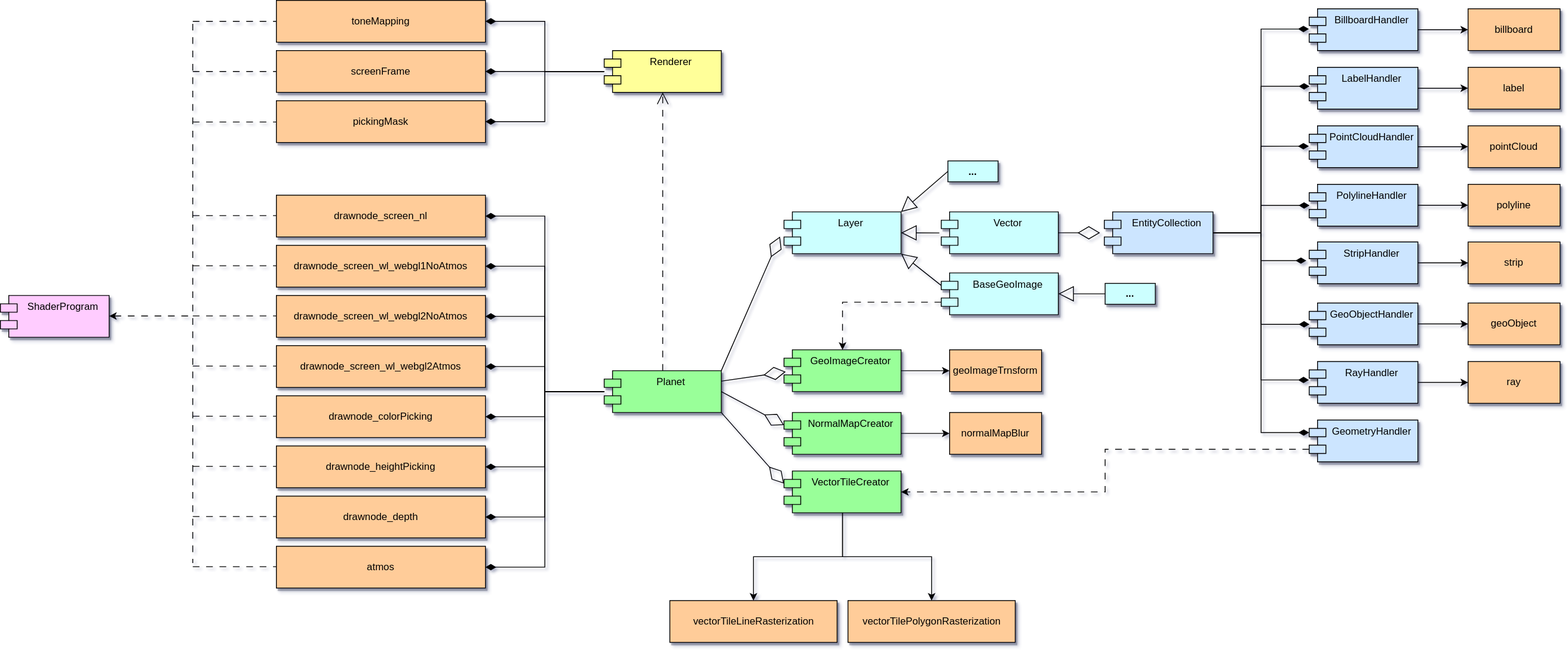
Before: shaders.drawio.svg, a diagram exported from draw.io (openglobus/openglobus). Source tidied: cells renumbered, new cells last; positions are measured from the earlier drawing's top-left corner, leaving out a move shared by most shapes.
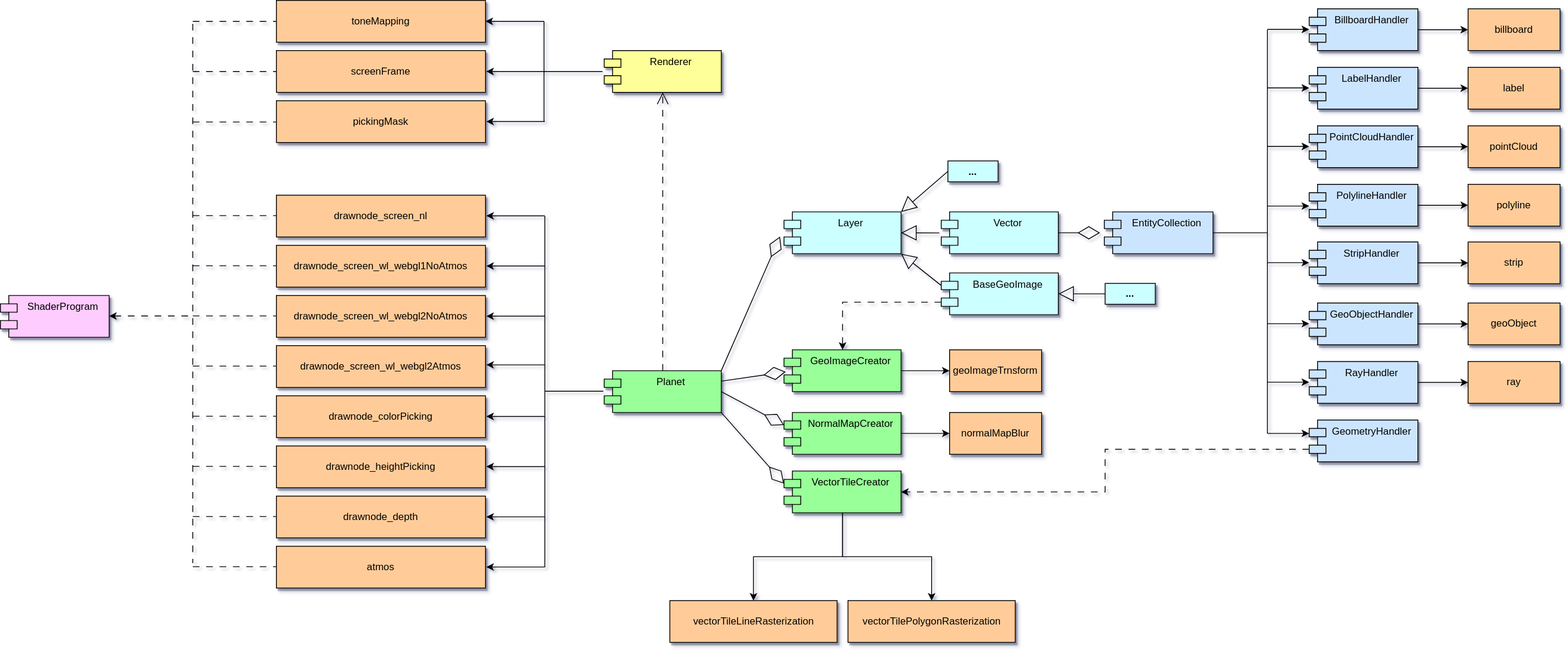
After the commit.

What changed in the source:
```diff
@@ -2,42 +2,9 @@
   <root>
     <mxCell id="0" />
     <mxCell id="1" parent="0" />
-    <mxCell id="2" style="edgeStyle=orthogonalEdgeStyle;rounded=0;jettySize=auto;html=1;entryX=1;entryY=0.5;entryDx=0;entryDy=0;endArrow=diamondThin;endFill=1;endSize=10;" parent="1" edge="1" source="10" target="25">
-      <mxGeometry relative="1" as="geometry" />
-    </mxCell>
-    <mxCell id="3" style="edgeStyle=orthogonalEdgeStyle;rounded=0;jettySize=auto;html=1;entryX=1;entryY=0.5;entryDx=0;entryDy=0;endArrow=diamondThin;endFill=1;endSize=10;" parent="1" edge="1" source="10" target="21">
-      <mxGeometry relative="1" as="geometry" />
-    </mxCell>
-    <mxCell id="4" style="edgeStyle=orthogonalEdgeStyle;rounded=0;jettySize=auto;html=1;entryX=1;entryY=0.5;entryDx=0;entryDy=0;endArrow=diamondThin;endFill=1;endSize=10;" parent="1" edge="1" source="10" target="24">
-      <mxGeometry relative="1" as="geometry" />
-    </mxCell>
-    <mxCell id="5" style="edgeStyle=orthogonalEdgeStyle;rounded=0;jettySize=auto;html=1;entryX=1;entryY=0.5;entryDx=0;entryDy=0;endArrow=diamondThin;endFill=1;endSize=10;" parent="1" edge="1" source="10" target="23">
-      <mxGeometry relative="1" as="geometry" />
-    </mxCell>
-    <mxCell id="6" style="edgeStyle=orthogonalEdgeStyle;rounded=0;jettySize=auto;html=1;entryX=1;entryY=0.5;entryDx=0;entryDy=0;endArrow=diamondThin;endFill=1;endSize=10;" parent="1" edge="1" source="10" target="22">
-      <mxGeometry relative="1" as="geometry" />
-    </mxCell>
-    <mxCell id="7" style="edgeStyle=orthogonalEdgeStyle;rounded=0;jettySize=auto;html=1;entryX=1;entryY=0.5;entryDx=0;entryDy=0;endArrow=diamondThin;endFill=1;endSize=10;" parent="1" edge="1" source="10" target="20">
-      <mxGeometry relative="1" as="geometry" />
-    </mxCell>
-    <mxCell id="8" style="edgeStyle=orthogonalEdgeStyle;rounded=0;jettySize=auto;html=1;entryX=1;entryY=0.5;entryDx=0;entryDy=0;endArrow=diamondThin;endFill=1;endSize=10;" parent="1" edge="1" source="10" target="19">
-      <mxGeometry relative="1" as="geometry" />
-    </mxCell>
-    <mxCell id="9" style="edgeStyle=orthogonalEdgeStyle;rounded=0;jettySize=auto;html=1;entryX=1;entryY=0.5;entryDx=0;entryDy=0;endArrow=diamondThin;endFill=1;endSize=10;" parent="1" edge="1" source="10" target="18">
-      <mxGeometry relative="1" as="geometry" />
-    </mxCell>
     <mxCell id="10" value="Planet" style="shape=module;align=left;spacingLeft=20;align=center;verticalAlign=top;whiteSpace=wrap;html=1;fillColor=#99FF99;shadow=1;" parent="1" vertex="1">
       <mxGeometry x="722" y="443" width="140" height="50" as="geometry" />
     </mxCell>
-    <mxCell id="11" style="edgeStyle=orthogonalEdgeStyle;rounded=0;jettySize=auto;html=1;entryX=1;entryY=0.5;entryDx=0;entryDy=0;endArrow=diamondThin;endFill=1;endSize=10;" parent="1" edge="1" source="14" target="16">
-      <mxGeometry relative="1" as="geometry" />
-    </mxCell>
-    <mxCell id="12" style="edgeStyle=orthogonalEdgeStyle;rounded=0;jettySize=auto;html=1;entryX=1;entryY=0.5;entryDx=0;entryDy=0;endArrow=diamondThin;endFill=1;endSize=10;" parent="1" edge="1" source="14" target="17">
-      <mxGeometry relative="1" as="geometry" />
-    </mxCell>
-    <mxCell id="13" style="edgeStyle=orthogonalEdgeStyle;rounded=0;jettySize=auto;html=1;entryX=1;entryY=0.5;entryDx=0;entryDy=0;endArrow=diamondThin;endFill=1;endSize=10;" parent="1" edge="1" source="14" target="57">
-      <mxGeometry relative="1" as="geometry" />
-    </mxCell>
     <mxCell id="14" value="Renderer" style="shape=module;align=left;spacingLeft=20;align=center;verticalAlign=top;whiteSpace=wrap;html=1;fillColor=#FFFF99;shadow=1;" parent="1" vertex="1">
       <mxGeometry x="722" y="60" width="140" height="50" as="geometry" />
     </mxCell>
@@ -62,7 +29,7 @@
     <mxCell id="21" value="drawnode_screen_wl_webgl1NoAtmos" style="html=1;whiteSpace=wrap;fillColor=#FFCC99;shadow=1;" parent="1" vertex="1">
       <mxGeometry x="330" y="293" width="250" height="50" as="geometry" />
     </mxCell>
-    <mxCell id="22" value="drawnode_colorPicking" style="html=1;whiteSpace=wrap;fillColor=#FFCC99;" parent="1" vertex="1">
+    <mxCell id="22" value="drawnode_colorPicking" style="html=1;whiteSpace=wrap;fillColor=#FFCC99;shadow=1;" parent="1" vertex="1">
       <mxGeometry x="330" y="473" width="250" height="50" as="geometry" />
     </mxCell>
     <mxCell id="23" value="drawnode_screen_wl_webgl2Atmos" style="html=1;whiteSpace=wrap;fillColor=#FFCC99;shadow=1;" parent="1" vertex="1">
@@ -77,30 +44,6 @@
     <mxCell id="26" style="endArrow=open;endSize=12;dashed=1;html=1;rounded=0;entryX=0.5;entryY=1;entryDx=0;entryDy=0;exitX=0.5;exitY=0;exitDx=0;exitDy=0;dashPattern=8 8;" parent="1" edge="1" source="10" target="14">
       <mxGeometry relative="1" as="geometry" />
     </mxCell>
-    <mxCell id="27" style="edgeStyle=orthogonalEdgeStyle;rounded=0;jettySize=auto;html=1;entryX=-0.003;entryY=0.484;entryDx=0;entryDy=0;entryPerimeter=0;endArrow=diamondThin;endFill=1;endSize=10;" parent="1" edge="1" source="35" target="37">
-      <mxGeometry relative="1" as="geometry" />
-    </mxCell>
-    <mxCell id="28" style="edgeStyle=orthogonalEdgeStyle;rounded=0;jettySize=auto;html=1;entryX=0.003;entryY=0.455;entryDx=0;entryDy=0;entryPerimeter=0;endArrow=diamondThin;endFill=1;endSize=10;" parent="1" edge="1" source="35" target="39">
-      <mxGeometry relative="1" as="geometry" />
-    </mxCell>
-    <mxCell id="29" style="edgeStyle=orthogonalEdgeStyle;rounded=0;jettySize=auto;html=1;entryX=-0.003;entryY=0.488;entryDx=0;entryDy=0;entryPerimeter=0;endArrow=diamondThin;endFill=1;endSize=10;" parent="1" edge="1" source="35" target="41">
-      <mxGeometry relative="1" as="geometry" />
-    </mxCell>
-    <mxCell id="30" style="edgeStyle=orthogonalEdgeStyle;rounded=0;jettySize=auto;html=1;entryX=0.003;entryY=0.505;entryDx=0;entryDy=0;entryPerimeter=0;endArrow=diamondThin;endFill=1;endSize=10;" parent="1" edge="1" source="35" target="43">
-      <mxGeometry relative="1" as="geometry" />
-    </mxCell>
-    <mxCell id="31" style="edgeStyle=orthogonalEdgeStyle;rounded=0;jettySize=auto;html=1;entryX=-0.026;entryY=0.446;entryDx=0;entryDy=0;entryPerimeter=0;endArrow=diamondThin;endFill=1;endSize=10;" parent="1" edge="1" source="35" target="49">
-      <mxGeometry relative="1" as="geometry" />
-    </mxCell>
-    <mxCell id="32" style="edgeStyle=orthogonalEdgeStyle;rounded=0;jettySize=auto;html=1;entryX=0.003;entryY=0.51;entryDx=0;entryDy=0;entryPerimeter=0;endArrow=diamondThin;endFill=1;endSize=10;" parent="1" edge="1" source="35" target="45">
-      <mxGeometry relative="1" as="geometry" />
-    </mxCell>
-    <mxCell id="33" style="edgeStyle=orthogonalEdgeStyle;rounded=0;jettySize=auto;html=1;entryX=-0.002;entryY=0.442;entryDx=0;entryDy=0;entryPerimeter=0;endArrow=diamondThin;endFill=1;endSize=10;" parent="1" edge="1" source="35" target="47">
-      <mxGeometry relative="1" as="geometry" />
-    </mxCell>
-    <mxCell id="34" style="edgeStyle=orthogonalEdgeStyle;rounded=0;jettySize=auto;html=1;entryX=0;entryY=0;entryDx=0;entryDy=15;entryPerimeter=0;endArrow=diamondThin;endFill=1;endSize=10;" parent="1" edge="1" source="35" target="51">
-      <mxGeometry relative="1" as="geometry" />
-    </mxCell>
     <mxCell id="35" value="EntityCollection" style="shape=module;align=left;spacingLeft=20;align=center;verticalAlign=top;whiteSpace=wrap;html=1;fillColor=#CCE5FF;shadow=1;" parent="1" vertex="1">
       <mxGeometry x="1320" y="253" width="130" height="50" as="geometry" />
     </mxCell>
@@ -332,5 +275,153 @@
     <mxCell id="98" style="endArrow=block;endSize=16;endFill=0;html=1;rounded=0;exitX=0;exitY=0.5;exitDx=0;exitDy=0;entryX=1;entryY=0;entryDx=0;entryDy=0;" parent="1" edge="1" source="95" target="83">
       <mxGeometry relative="1" as="geometry" />
     </mxCell>
+    <mxCell id="99" style="endArrow=none;html=1;rounded=0;" parent="1" edge="1">
+      <mxGeometry relative="1" as="geometry">
+        <mxPoint x="1515" y="518" as="sourcePoint" />
+        <mxPoint x="1515" y="35" as="targetPoint" />
+      </mxGeometry>
+    </mxCell>
+    <mxCell id="100" style="endArrow=none;html=1;rounded=0;entryX=1;entryY=0.5;entryDx=0;entryDy=0;" parent="1" edge="1" target="35">
+      <mxGeometry relative="1" as="geometry">
+        <mxPoint x="1515" y="278" as="sourcePoint" />
+      </mxGeometry>
+    </mxCell>
+    <mxCell id="101" style="endArrow=none;html=1;rounded=0;startArrow=classic;startFill=1;" parent="1" edge="1">
+      <mxGeometry relative="1" as="geometry">
+        <mxPoint x="1565" y="246" as="sourcePoint" />
+        <mxPoint x="1515" y="246" as="targetPoint" />
+      </mxGeometry>
+    </mxCell>
+    <mxCell id="102" style="endArrow=none;html=1;rounded=0;startArrow=classic;startFill=1;" parent="1" edge="1">
+      <mxGeometry relative="1" as="geometry">
+        <mxPoint x="1565" y="174.7" as="sourcePoint" />
+        <mxPoint x="1515" y="174.7" as="targetPoint" />
+      </mxGeometry>
+    </mxCell>
+    <mxCell id="103" style="endArrow=none;html=1;rounded=0;startArrow=classic;startFill=1;" parent="1" edge="1">
+      <mxGeometry relative="1" as="geometry">
+        <mxPoint x="1565" y="313.7" as="sourcePoint" />
+        <mxPoint x="1515" y="313.7" as="targetPoint" />
+      </mxGeometry>
+    </mxCell>
+    <mxCell id="104" style="endArrow=none;html=1;rounded=0;startArrow=classic;startFill=1;" parent="1" edge="1">
+      <mxGeometry relative="1" as="geometry">
+        <mxPoint x="1565" y="104.7" as="sourcePoint" />
+        <mxPoint x="1515" y="104.7" as="targetPoint" />
+      </mxGeometry>
+    </mxCell>
+    <mxCell id="105" style="endArrow=none;html=1;rounded=0;startArrow=classic;startFill=1;" parent="1" edge="1">
+      <mxGeometry relative="1" as="geometry">
+        <mxPoint x="1565" y="34.7" as="sourcePoint" />
+        <mxPoint x="1515" y="34.7" as="targetPoint" />
+      </mxGeometry>
+    </mxCell>
+    <mxCell id="106" style="endArrow=none;html=1;rounded=0;startArrow=classic;startFill=1;" parent="1" edge="1">
+      <mxGeometry relative="1" as="geometry">
+        <mxPoint x="1565" y="386.7" as="sourcePoint" />
+        <mxPoint x="1515" y="386.7" as="targetPoint" />
+      </mxGeometry>
+    </mxCell>
+    <mxCell id="107" style="endArrow=none;html=1;rounded=0;startArrow=classic;startFill=1;" parent="1" edge="1">
+      <mxGeometry relative="1" as="geometry">
+        <mxPoint x="1565" y="456.7" as="sourcePoint" />
+        <mxPoint x="1515" y="456.7" as="targetPoint" />
+      </mxGeometry>
+    </mxCell>
+    <mxCell id="108" style="endArrow=none;html=1;rounded=0;startArrow=classic;startFill=1;" parent="1" edge="1">
+      <mxGeometry relative="1" as="geometry">
+        <mxPoint x="1565" y="518" as="sourcePoint" />
+        <mxPoint x="1515" y="518" as="targetPoint" />
+      </mxGeometry>
+    </mxCell>
+    <mxCell id="109" style="endArrow=none;html=1;rounded=0;" parent="1" edge="1">
+      <mxGeometry relative="1" as="geometry">
+        <mxPoint x="650" y="145" as="sourcePoint" />
+        <mxPoint x="650" y="25" as="targetPoint" />
+      </mxGeometry>
+    </mxCell>
+    <mxCell id="110" style="endArrow=none;html=1;rounded=0;entryX=1;entryY=0.5;entryDx=0;entryDy=0;" parent="1" edge="1">
+      <mxGeometry relative="1" as="geometry">
+        <mxPoint x="720" y="85" as="sourcePoint" />
+        <mxPoint x="650" y="85" as="targetPoint" />
+      </mxGeometry>
+    </mxCell>
+    <mxCell id="111" style="endArrow=none;html=1;rounded=0;startArrow=classic;startFill=1;exitX=1;exitY=0.5;exitDx=0;exitDy=0;" parent="1" edge="1" source="16">
+      <mxGeometry relative="1" as="geometry">
+        <mxPoint x="650" y="25" as="targetPoint" />
+      </mxGeometry>
+    </mxCell>
+    <mxCell id="112" style="endArrow=none;html=1;rounded=0;startArrow=classic;startFill=1;exitX=1;exitY=0.5;exitDx=0;exitDy=0;" parent="1" edge="1">
+      <mxGeometry relative="1" as="geometry">
+        <mxPoint x="581" y="85" as="sourcePoint" />
+        <mxPoint x="651" y="85" as="targetPoint" />
+      </mxGeometry>
+    </mxCell>
+    <mxCell id="113" style="endArrow=none;html=1;rounded=0;startArrow=classic;startFill=1;exitX=1;exitY=0.5;exitDx=0;exitDy=0;" parent="1" edge="1">
+      <mxGeometry relative="1" as="geometry">
+        <mxPoint x="581" y="144.9" as="sourcePoint" />
+        <mxPoint x="651" y="144.9" as="targetPoint" />
+      </mxGeometry>
+    </mxCell>
+    <mxCell id="114" style="endArrow=none;html=1;rounded=0;entryX=1;entryY=0.5;entryDx=0;entryDy=0;" parent="1" edge="1">
+      <mxGeometry relative="1" as="geometry">
+        <mxPoint x="721" y="467.6" as="sourcePoint" />
+        <mxPoint x="651" y="467.6" as="targetPoint" />
+      </mxGeometry>
+    </mxCell>
+    <mxCell id="115" style="endArrow=none;html=1;rounded=0;" parent="1" edge="1">
+      <mxGeometry relative="1" as="geometry">
+        <mxPoint x="651" y="678" as="sourcePoint" />
+        <mxPoint x="651" y="258" as="targetPoint" />
+      </mxGeometry>
+    </mxCell>
+    <mxCell id="116" style="endArrow=none;html=1;rounded=0;startArrow=classic;startFill=1;exitX=1;exitY=0.5;exitDx=0;exitDy=0;" parent="1" edge="1">
+      <mxGeometry relative="1" as="geometry">
+        <mxPoint x="581" y="257.7" as="sourcePoint" />
+        <mxPoint x="651" y="257.7" as="targetPoint" />
+      </mxGeometry>
+    </mxCell>
+    <mxCell id="117" style="endArrow=none;html=1;rounded=0;startArrow=classic;startFill=1;exitX=1;exitY=0.5;exitDx=0;exitDy=0;" parent="1" edge="1">
+      <mxGeometry relative="1" as="geometry">
+        <mxPoint x="581" y="317.8" as="sourcePoint" />
+        <mxPoint x="651" y="317.8" as="targetPoint" />
+      </mxGeometry>
+    </mxCell>
+    <mxCell id="118" style="endArrow=none;html=1;rounded=0;startArrow=classic;startFill=1;exitX=1;exitY=0.5;exitDx=0;exitDy=0;" parent="1" edge="1">
+      <mxGeometry relative="1" as="geometry">
+        <mxPoint x="581" y="377.8" as="sourcePoint" />
+        <mxPoint x="651" y="377.8" as="targetPoint" />
+      </mxGeometry>
+    </mxCell>
+    <mxCell id="119" style="endArrow=none;html=1;rounded=0;startArrow=classic;startFill=1;exitX=1;exitY=0.5;exitDx=0;exitDy=0;" parent="1" edge="1">
+      <mxGeometry relative="1" as="geometry">
+        <mxPoint x="581" y="436" as="sourcePoint" />
+        <mxPoint x="651" y="436" as="targetPoint" />
+      </mxGeometry>
+    </mxCell>
+    <mxCell id="120" style="endArrow=none;html=1;rounded=0;startArrow=classic;startFill=1;exitX=1;exitY=0.5;exitDx=0;exitDy=0;" parent="1" edge="1">
+      <mxGeometry relative="1" as="geometry">
+        <mxPoint x="581" y="497.7" as="sourcePoint" />
+        <mxPoint x="651" y="497.7" as="targetPoint" />
+      </mxGeometry>
+    </mxCell>
+    <mxCell id="121" style="endArrow=none;html=1;rounded=0;startArrow=classic;startFill=1;exitX=1;exitY=0.5;exitDx=0;exitDy=0;" parent="1" edge="1">
+      <mxGeometry relative="1" as="geometry">
+        <mxPoint x="581" y="557.7" as="sourcePoint" />
+        <mxPoint x="651" y="557.7" as="targetPoint" />
+      </mxGeometry>
+    </mxCell>
+    <mxCell id="122" style="endArrow=none;html=1;rounded=0;startArrow=classic;startFill=1;exitX=1;exitY=0.5;exitDx=0;exitDy=0;" parent="1" edge="1">
+      <mxGeometry relative="1" as="geometry">
+        <mxPoint x="581" y="617.8" as="sourcePoint" />
+        <mxPoint x="651" y="617.8" as="targetPoint" />
+      </mxGeometry>
+    </mxCell>
+    <mxCell id="123" style="endArrow=none;html=1;rounded=0;startArrow=classic;startFill=1;exitX=1;exitY=0.5;exitDx=0;exitDy=0;" parent="1" edge="1">
+      <mxGeometry relative="1" as="geometry">
+        <mxPoint x="581" y="677.8" as="sourcePoint" />
+        <mxPoint x="651" y="677.8" as="targetPoint" />
+      </mxGeometry>
+    </mxCell>
   </root>
 </mxGraphModel>
```
